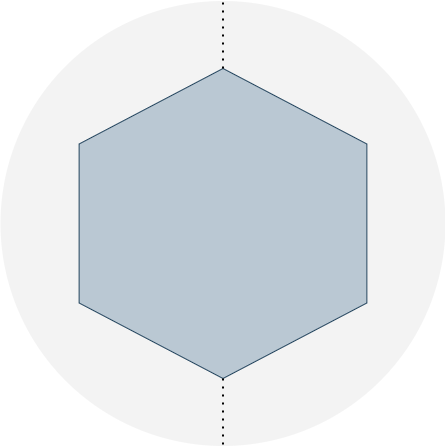
The draw.io diagram pic/六边形架构.drawio.png in guxdong/imgrepo, before a commit. Source tidied: cells renumbered, new cells last; positions are measured from the earlier drawing's top-left corner, leaving out a move shared by most shapes.
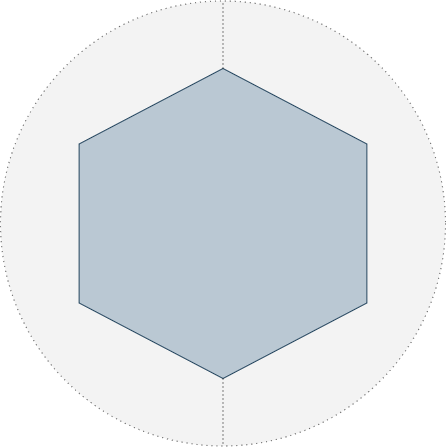
Above is the later version.

Commit message:
更新六边形架构.drawio.png

Change to the diagram source:
```diff
@@ -2,16 +2,16 @@
   <root>
     <mxCell id="0" />
     <mxCell id="1" parent="0" />
-    <mxCell id="2" style="ellipse;whiteSpace=wrap;html=1;fillColor=#eeeeee;strokeColor=none;dashed=1;dashPattern=1 4;opacity=70;" parent="1" vertex="1">
+    <mxCell id="2" style="ellipse;whiteSpace=wrap;html=1;fillColor=#eeeeee;strokeColor=default;dashed=1;dashPattern=1 4;opacity=70;" parent="1" vertex="1">
       <mxGeometry y="0.5" width="445" height="445" as="geometry" />
     </mxCell>
     <mxCell id="3" style="shape=hexagon;perimeter=hexagonPerimeter2;whiteSpace=wrap;html=1;fixedSize=1;size=75.5;rotation=90;fillColor=#bac8d3;strokeColor=#23445d;" parent="1" vertex="1">
       <mxGeometry x="67.5" y="79.1" width="310" height="287.8" as="geometry" />
     </mxCell>
-    <mxCell id="4" style="endArrow=none;dashed=1;html=1;dashPattern=1 3;strokeWidth=2;rounded=0;entryX=0.5;entryY=0;entryDx=0;entryDy=0;exitX=0;exitY=0.5;exitDx=0;exitDy=0;" parent="1" edge="1" source="3" target="2">
+    <mxCell id="4" style="endArrow=none;dashed=1;html=1;dashPattern=1 3;strokeWidth=1;rounded=0;entryX=0.5;entryY=0;entryDx=0;entryDy=0;exitX=0;exitY=0.5;exitDx=0;exitDy=0;" parent="1" edge="1" source="3" target="2">
       <mxGeometry relative="1" as="geometry" />
     </mxCell>
-    <mxCell id="5" style="endArrow=none;dashed=1;html=1;dashPattern=1 3;strokeWidth=2;rounded=0;exitX=1;exitY=0.5;exitDx=0;exitDy=0;entryX=0.5;entryY=1;entryDx=0;entryDy=0;" parent="1" edge="1" source="3" target="2">
+    <mxCell id="5" style="endArrow=none;dashed=1;html=1;dashPattern=1 3;strokeWidth=1;rounded=0;exitX=1;exitY=0.5;exitDx=0;exitDy=0;entryX=0.5;entryY=1;entryDx=0;entryDy=0;" parent="1" edge="1" source="3" target="2">
       <mxGeometry relative="1" as="geometry" />
     </mxCell>
   </root>
```
